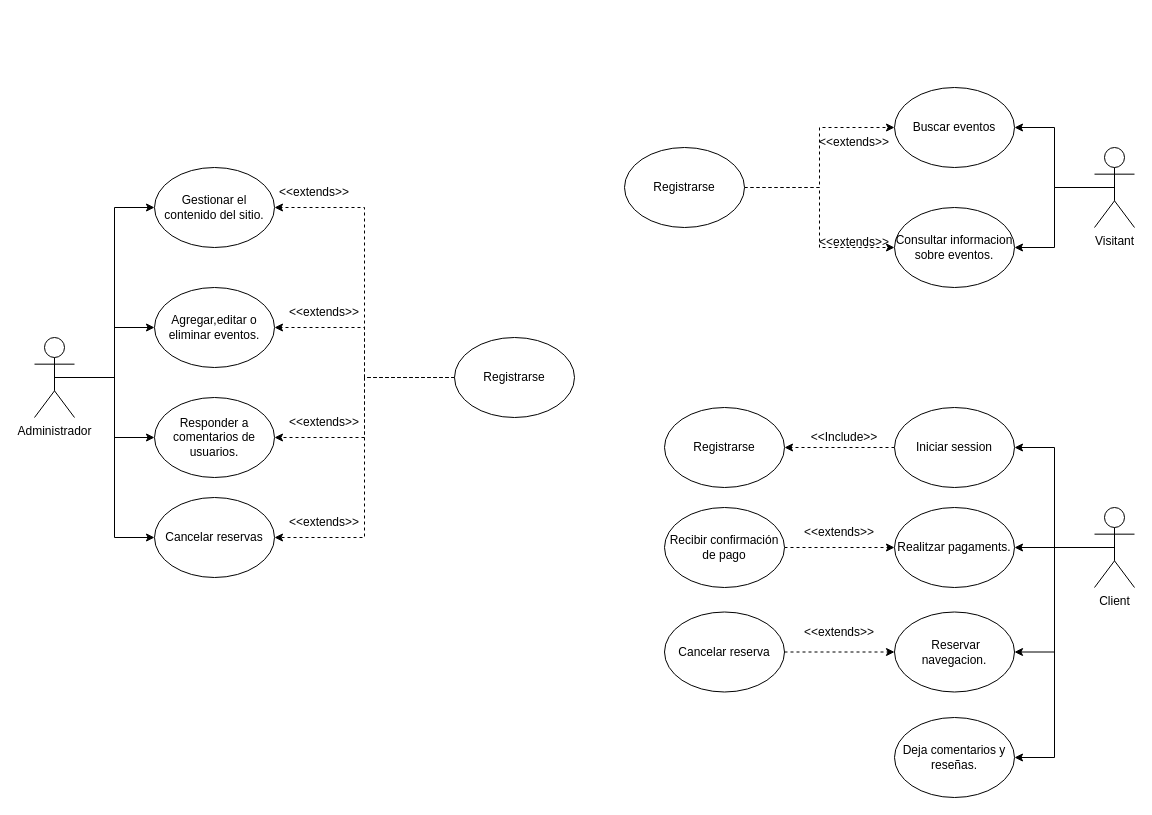
Above: Diagramas/Casos_XaJo.drawio in joam6/Sailing_XaJo (draw.io), before the change. Source tidied: cells renumbered, new cells numbered last; positions are measured from the earlier drawing's top-left corner, leaving out a move shared by most shapes. Both pictures are drawn from the tidied source at 100%, with x=0, y=0 at pixel (34, 87).
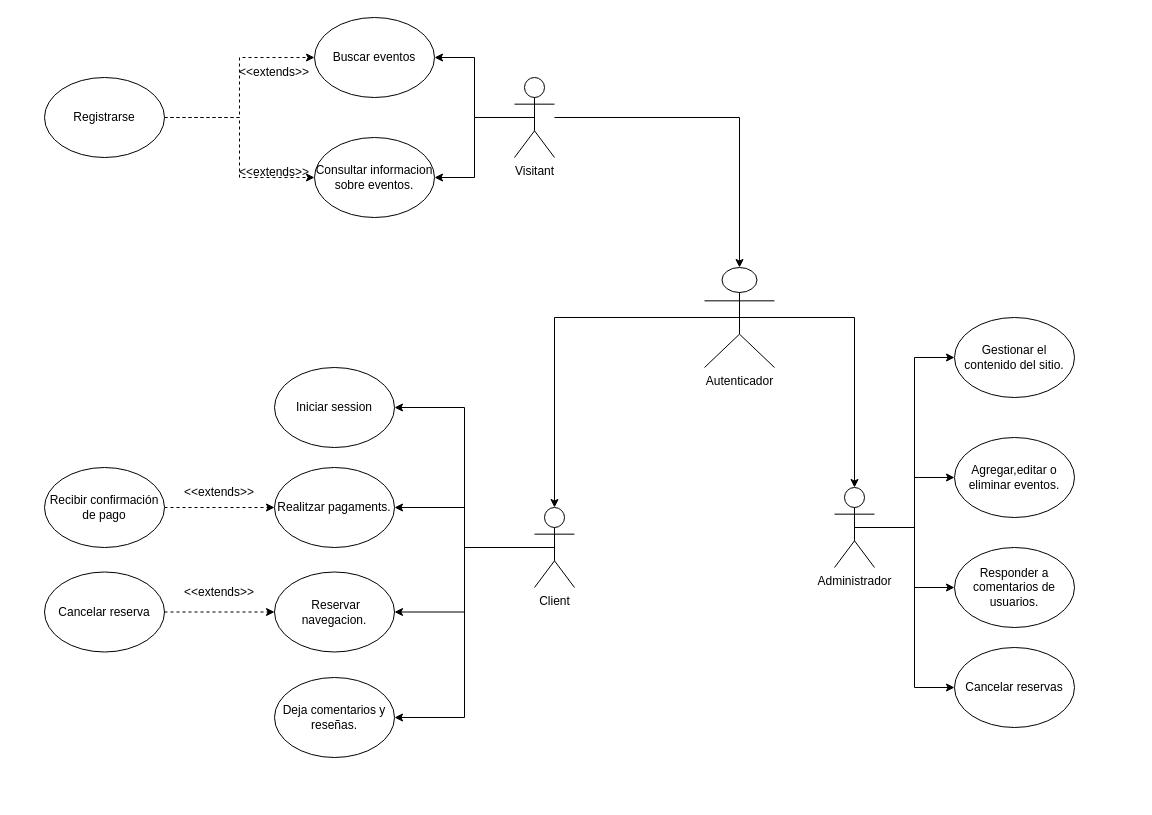
The same diagram, later.

Diff of the diagram source:
```diff
@@
     <mxCell id="6" value="Administrador" style="shape=umlActor;verticalLabelPosition=bottom;verticalAlign=top;html=1;outlineConnect=0;" parent="1" vertex="1">
-      <mxGeometry y="250" width="40" height="80" as="geometry" />
+      <mxGeometry x="800" y="400" width="40" height="80" as="geometry" />
     </mxCell>
@@
     <mxCell id="11" value="Client" style="shape=umlActor;verticalLabelPosition=bottom;verticalAlign=top;html=1;outlineConnect=0;" parent="1" vertex="1">
-      <mxGeometry x="1060" y="420" width="40" height="80" as="geometry" />
+      <mxGeometry x="500" y="420" width="40" height="80" as="geometry" />
     </mxCell>
@@
     <mxCell id="14" value="Visitant" style="shape=umlActor;verticalLabelPosition=bottom;verticalAlign=top;html=1;outlineConnect=0;" parent="1" vertex="1">
-      <mxGeometry x="1060" y="60" width="40" height="80" as="geometry" />
+      <mxGeometry x="480" y="-10" width="40" height="80" as="geometry" />
     </mxCell>
     <mxCell id="15" value="Buscar eventos" style="ellipse;whiteSpace=wrap;html=1;" parent="1" vertex="1">
-      <mxGeometry x="860" width="120" height="80" as="geometry" />
+      <mxGeometry x="280" y="-70" width="120" height="80" as="geometry" />
     </mxCell>
     <mxCell id="16" value="Consultar informacion sobre eventos." style="ellipse;whiteSpace=wrap;html=1;" parent="1" vertex="1">
-      <mxGeometry x="860" y="120" width="120" height="80" as="geometry" />
+      <mxGeometry x="280" y="50" width="120" height="80" as="geometry" />
     </mxCell>
-    <mxCell id="17" style="edgeStyle=orthogonalEdgeStyle;rounded=0;jettySize=auto;html=1;exitX=0;exitY=0.5;exitDx=0;exitDy=0;entryX=1;entryY=0.5;entryDx=0;entryDy=0;dashed=1;" parent="1" edge="1" source="18" target="31">
-      <mxGeometry relative="1" as="geometry" />
-    </mxCell>
     <mxCell id="18" value="Iniciar session" style="ellipse;whiteSpace=wrap;html=1;" parent="1" vertex="1">
-      <mxGeometry x="860" y="320" width="120" height="80" as="geometry" />
+      <mxGeometry x="240" y="280" width="120" height="80" as="geometry" />
     </mxCell>
     <mxCell id="19" value="Realitzar pagaments." style="ellipse;whiteSpace=wrap;html=1;" parent="1" vertex="1">
-      <mxGeometry x="860" y="420" width="120" height="80" as="geometry" />
+      <mxGeometry x="240" y="380" width="120" height="80" as="geometry" />
     </mxCell>
     <mxCell id="20" value="Gestionar el contenido del sitio." style="ellipse;whiteSpace=wrap;html=1;" parent="1" vertex="1">
-      <mxGeometry x="120" y="80" width="120" height="80" as="geometry" />
+      <mxGeometry x="920" y="230" width="120" height="80" as="geometry" />
     </mxCell>
     <mxCell id="21" value="Agregar,editar o eliminar eventos." style="ellipse;whiteSpace=wrap;html=1;" parent="1" vertex="1">
-      <mxGeometry x="120" y="200" width="120" height="80" as="geometry" />
+      <mxGeometry x="920" y="350" width="120" height="80" as="geometry" />
     </mxCell>
     <mxCell id="22" value="Responder a comentarios de usuarios." style="ellipse;whiteSpace=wrap;html=1;" parent="1" vertex="1">
-      <mxGeometry x="120" y="310" width="120" height="80" as="geometry" />
+      <mxGeometry x="920" y="460" width="120" height="80" as="geometry" />
     </mxCell>
@@
     <mxCell id="25" value="Registrarse" style="ellipse;whiteSpace=wrap;html=1;" parent="1" vertex="1">
-      <mxGeometry x="590" y="60" width="120" height="80" as="geometry" />
+      <mxGeometry x="10" y="-10" width="120" height="80" as="geometry" />
     </mxCell>
@@
     <mxCell id="27" value="Recibir confirmación de pago" style="ellipse;whiteSpace=wrap;html=1;" parent="1" vertex="1">
-      <mxGeometry x="630" y="420" width="120" height="80" as="geometry" />
+      <mxGeometry x="10" y="380" width="120" height="80" as="geometry" />
     </mxCell>
     <mxCell id="28" value="Deja comentarios y reseñas." style="ellipse;whiteSpace=wrap;html=1;" parent="1" vertex="1">
-      <mxGeometry x="860" y="630" width="120" height="80" as="geometry" />
+      <mxGeometry x="240" y="590" width="120" height="80" as="geometry" />
     </mxCell>
     <mxCell id="29" value="&amp;lt;&amp;lt;extends&amp;gt;&amp;gt;" style="text;html=1;align=center;verticalAlign=middle;whiteSpace=wrap;rounded=0;" parent="1" vertex="1">
-      <mxGeometry x="790" y="40" width="60" height="30" as="geometry" />
+      <mxGeometry x="210" y="-30" width="60" height="30" as="geometry" />
     </mxCell>
     <mxCell id="30" value="&amp;lt;&amp;lt;extends&amp;gt;&amp;gt;" style="text;html=1;align=center;verticalAlign=middle;whiteSpace=wrap;rounded=0;" parent="1" vertex="1">
-      <mxGeometry x="775" y="430" width="60" height="30" as="geometry" />
+      <mxGeometry x="155" y="390" width="60" height="30" as="geometry" />
     </mxCell>
-    <mxCell id="31" value="Registrarse" style="ellipse;whiteSpace=wrap;html=1;" parent="1" vertex="1">
-      <mxGeometry x="630" y="320" width="120" height="80" as="geometry" />
-    </mxCell>
-    <mxCell id="32" value="&amp;lt;&amp;lt;Include&amp;gt;&amp;gt;" style="text;html=1;align=center;verticalAlign=middle;whiteSpace=wrap;rounded=0;" parent="1" vertex="1">
-      <mxGeometry x="780" y="335" width="60" height="30" as="geometry" />
-    </mxCell>
     <mxCell id="33" value="&amp;nbsp;Reservar navegacion." style="ellipse;whiteSpace=wrap;html=1;" parent="1" vertex="1">
-      <mxGeometry x="860" y="524.5" width="120" height="80" as="geometry" />
+      <mxGeometry x="240" y="484.5" width="120" height="80" as="geometry" />
     </mxCell>
@@
     <mxCell id="35" value="Cancelar reserva" style="ellipse;whiteSpace=wrap;html=1;" parent="1" vertex="1">
-      <mxGeometry x="630" y="524.5" width="120" height="80" as="geometry" />
+      <mxGeometry x="10" y="484.5" width="120" height="80" as="geometry" />
     </mxCell>
     <mxCell id="36" value="&amp;lt;&amp;lt;extends&amp;gt;&amp;gt;" style="text;html=1;align=center;verticalAlign=middle;whiteSpace=wrap;rounded=0;" parent="1" vertex="1">
-      <mxGeometry x="775" y="530" width="60" height="30" as="geometry" />
+      <mxGeometry x="155" y="490" width="60" height="30" as="geometry" />
     </mxCell>
     <mxCell id="37" value="Cancelar reservas" style="ellipse;whiteSpace=wrap;html=1;" parent="1" vertex="1">
-      <mxGeometry x="120" y="410" width="120" height="80" as="geometry" />
+      <mxGeometry x="920" y="560" width="120" height="80" as="geometry" />
     </mxCell>
-    <mxCell id="38" style="edgeStyle=orthogonalEdgeStyle;rounded=0;jettySize=auto;html=1;dashed=1;entryX=1;entryY=0.5;entryDx=0;entryDy=0;" parent="1" edge="1" source="42" target="20">
-      <mxGeometry relative="1" as="geometry" />
-    </mxCell>
-    <mxCell id="39" style="edgeStyle=orthogonalEdgeStyle;rounded=0;jettySize=auto;html=1;dashed=1;" parent="1" edge="1" source="42" target="21">
-      <mxGeometry relative="1" as="geometry" />
-    </mxCell>
-    <mxCell id="40" style="edgeStyle=orthogonalEdgeStyle;rounded=0;jettySize=auto;html=1;entryX=1;entryY=0.5;entryDx=0;entryDy=0;dashed=1;" parent="1" edge="1" source="42" target="22">
-      <mxGeometry relative="1" as="geometry" />
-    </mxCell>
-    <mxCell id="41" style="edgeStyle=orthogonalEdgeStyle;rounded=0;jettySize=auto;html=1;exitX=0;exitY=0.5;exitDx=0;exitDy=0;entryX=1;entryY=0.5;entryDx=0;entryDy=0;dashed=1;" parent="1" edge="1" source="42" target="37">
-      <mxGeometry relative="1" as="geometry" />
-    </mxCell>
-    <mxCell id="42" value="Registrarse" style="ellipse;whiteSpace=wrap;html=1;" parent="1" vertex="1">
-      <mxGeometry x="420" y="250" width="120" height="80" as="geometry" />
-    </mxCell>
-    <mxCell id="43" value="&amp;lt;&amp;lt;extends&amp;gt;&amp;gt;" style="text;html=1;align=center;verticalAlign=middle;whiteSpace=wrap;rounded=0;" parent="1" vertex="1">
-      <mxGeometry x="250" y="90" width="60" height="30" as="geometry" />
-    </mxCell>
-    <mxCell id="44" value="&amp;lt;&amp;lt;extends&amp;gt;&amp;gt;" style="text;html=1;align=center;verticalAlign=middle;whiteSpace=wrap;rounded=0;" parent="1" vertex="1">
-      <mxGeometry x="260" y="210" width="60" height="30" as="geometry" />
-    </mxCell>
-    <mxCell id="45" value="&amp;lt;&amp;lt;extends&amp;gt;&amp;gt;" style="text;html=1;align=center;verticalAlign=middle;whiteSpace=wrap;rounded=0;" parent="1" vertex="1">
-      <mxGeometry x="260" y="320" width="60" height="30" as="geometry" />
-    </mxCell>
-    <mxCell id="46" value="&amp;lt;&amp;lt;extends&amp;gt;&amp;gt;" style="text;html=1;align=center;verticalAlign=middle;whiteSpace=wrap;rounded=0;" parent="1" vertex="1">
-      <mxGeometry x="260" y="420" width="60" height="30" as="geometry" />
-    </mxCell>
     <mxCell id="47" value="&amp;lt;&amp;lt;extends&amp;gt;&amp;gt;" style="text;html=1;align=center;verticalAlign=middle;whiteSpace=wrap;rounded=0;" parent="1" vertex="1">
-      <mxGeometry x="790" y="140" width="60" height="30" as="geometry" />
+      <mxGeometry x="210" y="70" width="60" height="30" as="geometry" />
     </mxCell>
+    <mxCell id="48" value="Autenticador" style="shape=umlActor;verticalLabelPosition=bottom;verticalAlign=top;html=1;outlineConnect=0;" parent="1" vertex="1">
+      <mxGeometry x="670" y="180" width="70" height="100" as="geometry" />
+    </mxCell>
+    <mxCell id="49" style="edgeStyle=orthogonalEdgeStyle;rounded=0;jettySize=auto;html=1;entryX=0.5;entryY=0;entryDx=0;entryDy=0;entryPerimeter=0;" parent="1" edge="1" source="14" target="48">
+      <mxGeometry relative="1" as="geometry" />
+    </mxCell>
+    <mxCell id="50" style="edgeStyle=orthogonalEdgeStyle;rounded=0;jettySize=auto;html=1;exitX=0.5;exitY=0.5;exitDx=0;exitDy=0;exitPerimeter=0;entryX=0.5;entryY=0;entryDx=0;entryDy=0;entryPerimeter=0;" parent="1" edge="1" source="48" target="6">
+      <mxGeometry relative="1" as="geometry" />
+    </mxCell>
+    <mxCell id="51" style="edgeStyle=orthogonalEdgeStyle;rounded=0;jettySize=auto;html=1;exitX=0.5;exitY=0.5;exitDx=0;exitDy=0;exitPerimeter=0;entryX=0.5;entryY=0;entryDx=0;entryDy=0;entryPerimeter=0;" parent="1" edge="1" source="48" target="11">
+      <mxGeometry relative="1" as="geometry" />
+    </mxCell>
```
